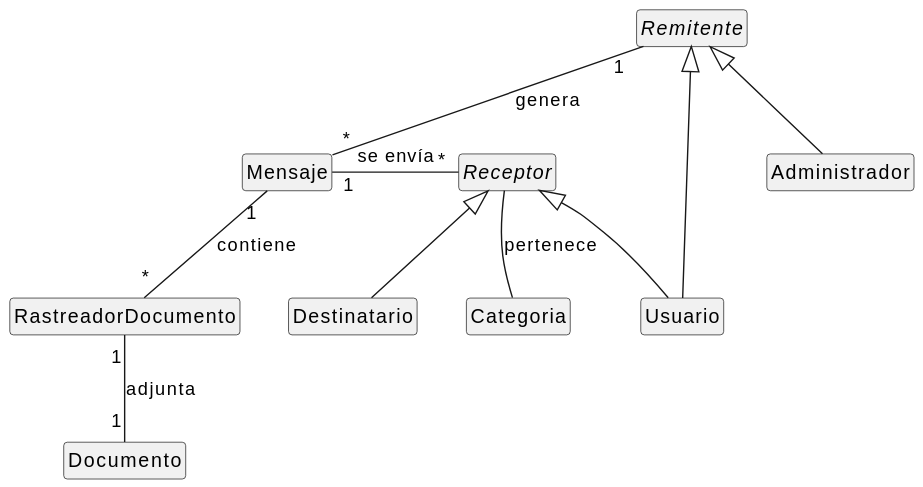
Earlier version of the PlantUML export docs/modeloDeDominio/diagramaDeClases/diagramaClasesIteracion2.svg (mmasias/24-25-IdSw1-SDR).
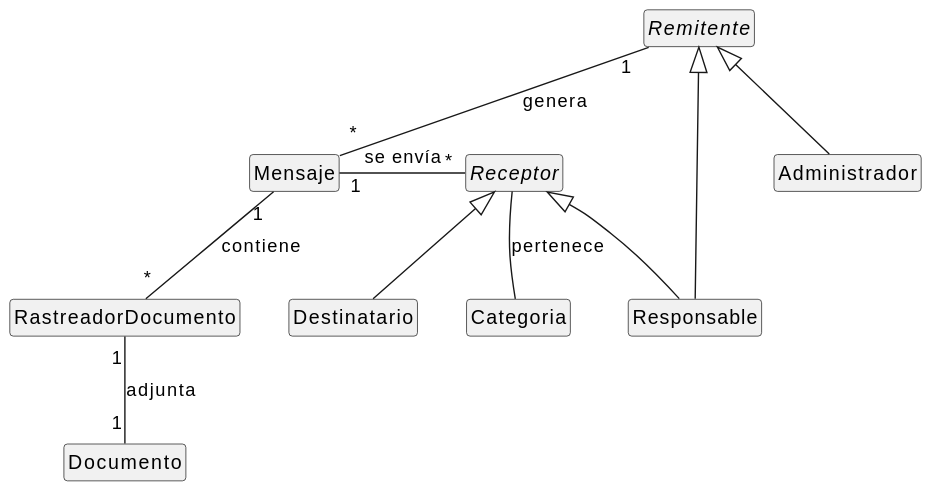
The same file after the commit.

The edit, as a diff of the source:
```diff
@@ -6,7 +6,7 @@
 
 class Mensaje
 
-class Usuario
+class Responsable
 
 class RastreadorDocumento
 
@@ -21,10 +21,10 @@
 class Documento
 
 Remitente <|-- Administrador
-Remitente <|-- Usuario
+Remitente <|-- Responsable
 
 Receptor <|-- Destinatario
-Receptor <|-- Usuario
+Receptor <|-- Responsable
 Receptor -- Categoria : pertenece
 
 Remitente "1"--"*" Mensaje : genera
```
